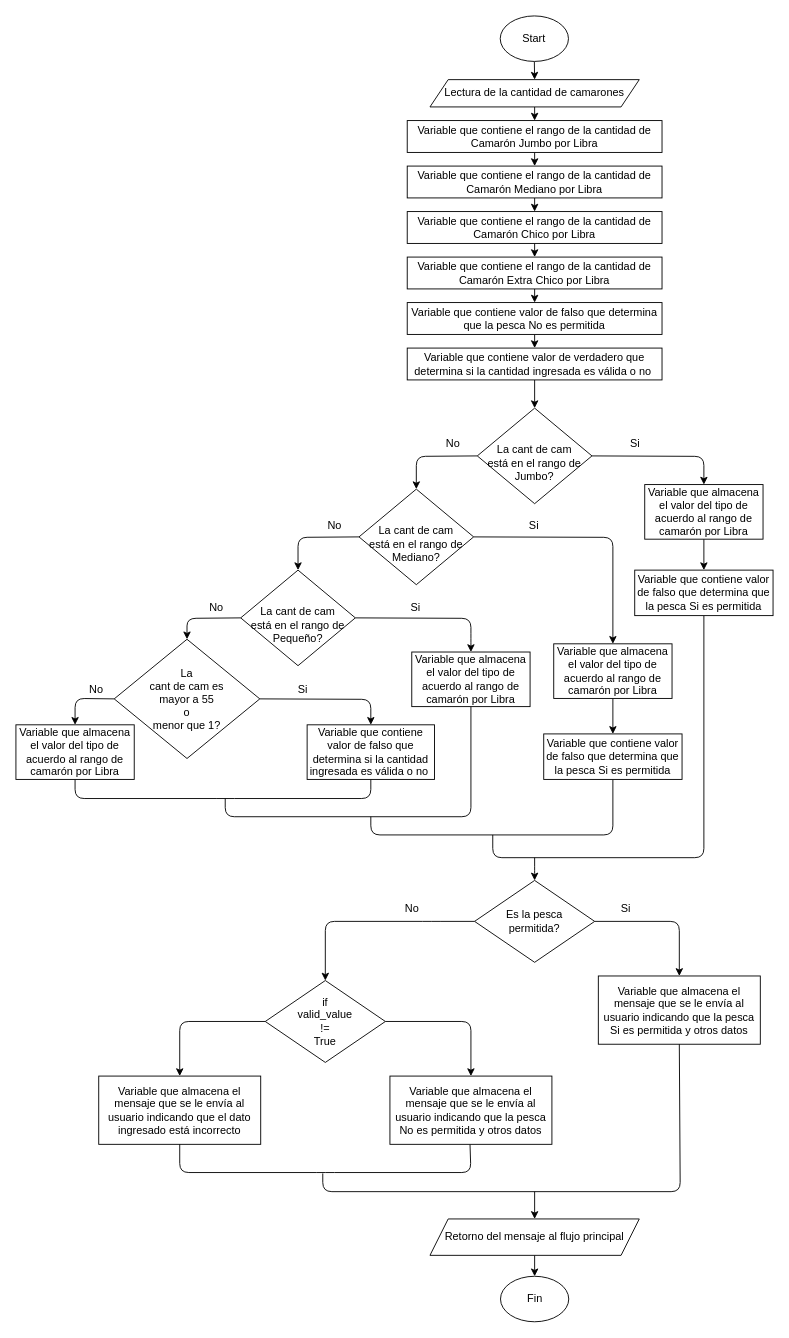
The draw.io diagram Task_2/Practice_2_Clasif_Camaron/Diagrams/cc_diagrama_explicativo_funciones.drawio in rrojasj/PP_Tarea_No.2, before the edit. Source tidied: cells renumbered, new cells numbered last; positions are measured from the earlier drawing's top-left corner, leaving out a move shared by most shapes. Both pictures are drawn from the tidied source at 91%, with x=0, y=0 at pixel (15, 15).
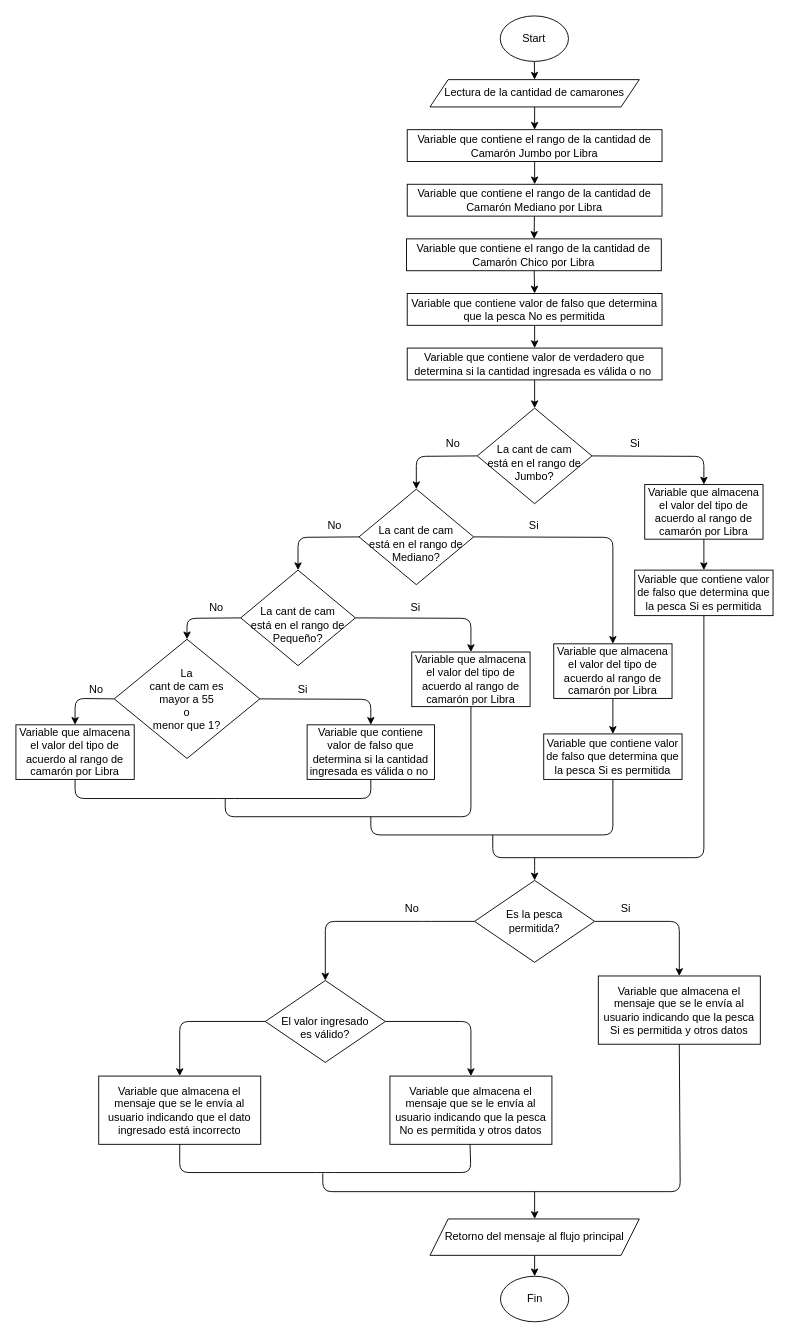
After the change.

Commit message (it also covers changes not shown here):
Cambios mínimos en código y Diagramas

What changed in the source:
```diff
@@
     <mxCell id="6" value="Variable que contiene el rango de la cantidad de Camarón Jumbo por Libra" style="whiteSpace=wrap;html=1;" parent="1" vertex="1">
-      <mxGeometry x="430" y="115" width="280" height="35" as="geometry" />
+      <mxGeometry x="430" y="125" width="280" height="35" as="geometry" />
     </mxCell>
@@
-    <mxCell id="27" value="if&lt;br&gt;valid_value&lt;br&gt;!=&lt;br&gt;True" style="rhombus;whiteSpace=wrap;html=1;" parent="1" vertex="1">
+    <mxCell id="27" value="&lt;br&gt;El valor ingresado&lt;br&gt;es válido?" style="rhombus;whiteSpace=wrap;html=1;" parent="1" vertex="1">
       <mxGeometry x="274" y="1060" width="132" height="90" as="geometry" />
     </mxCell>
@@
     <mxCell id="38" value="Variable que contiene el rango de la cantidad de Camarón Mediano por Libra" style="whiteSpace=wrap;html=1;" parent="1" vertex="1">
-      <mxGeometry x="430" y="165" width="280" height="35" as="geometry" />
+      <mxGeometry x="430" y="185" width="280" height="35" as="geometry" />
     </mxCell>
-    <mxCell id="39" style="edgeStyle=none;html=1;" parent="1" edge="1" source="40" target="42">
+    <mxCell id="39" style="edgeStyle=none;html=1;entryX=0.5;entryY=0;entryDx=0;entryDy=0;" parent="1" edge="1" source="40" target="46">
       <mxGeometry relative="1" as="geometry" />
     </mxCell>
     <mxCell id="40" value="Variable que contiene el rango de la cantidad de Camarón Chico por Libra" style="whiteSpace=wrap;html=1;" parent="1" vertex="1">
-      <mxGeometry x="430" y="215" width="280" height="35" as="geometry" />
+      <mxGeometry x="429.2" y="245" width="280" height="35" as="geometry" />
     </mxCell>
-    <mxCell id="41" style="edgeStyle=none;html=1;" parent="1" edge="1" source="42" target="46">
-      <mxGeometry relative="1" as="geometry" />
-    </mxCell>
-    <mxCell id="42" value="Variable que contiene el rango de la cantidad de Camarón Extra Chico por Libra" style="whiteSpace=wrap;html=1;" parent="1" vertex="1">
-      <mxGeometry x="430" y="265" width="280" height="35" as="geometry" />
-    </mxCell>
@@
     <mxCell id="46" value="Variable que contiene valor de falso que determina que la pesca No es permitida" style="whiteSpace=wrap;html=1;" parent="1" vertex="1">
-      <mxGeometry x="430" y="315" width="280" height="35" as="geometry" />
+      <mxGeometry x="430" y="305" width="280" height="35" as="geometry" />
     </mxCell>
```
